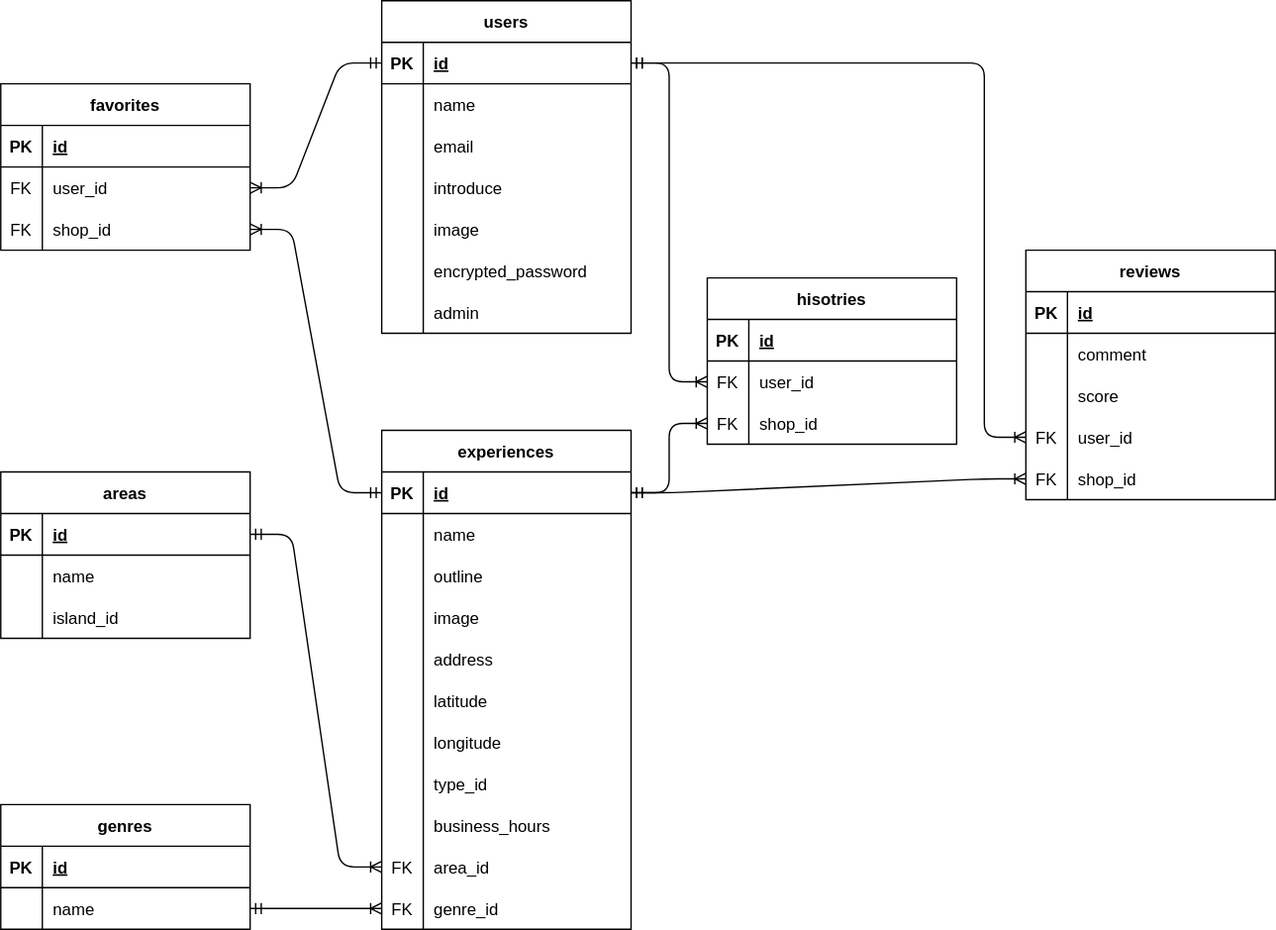
This is db/let's-enjoy-hawaii.drawio.svg from Yasunori-aloha/lets-enjoy-hawaii, a draw.io export, as it was before one commit. Source tidied: cells renumbered, new cells last; positions are measured from the earlier drawing's top-left corner, leaving out a move shared by most shapes.
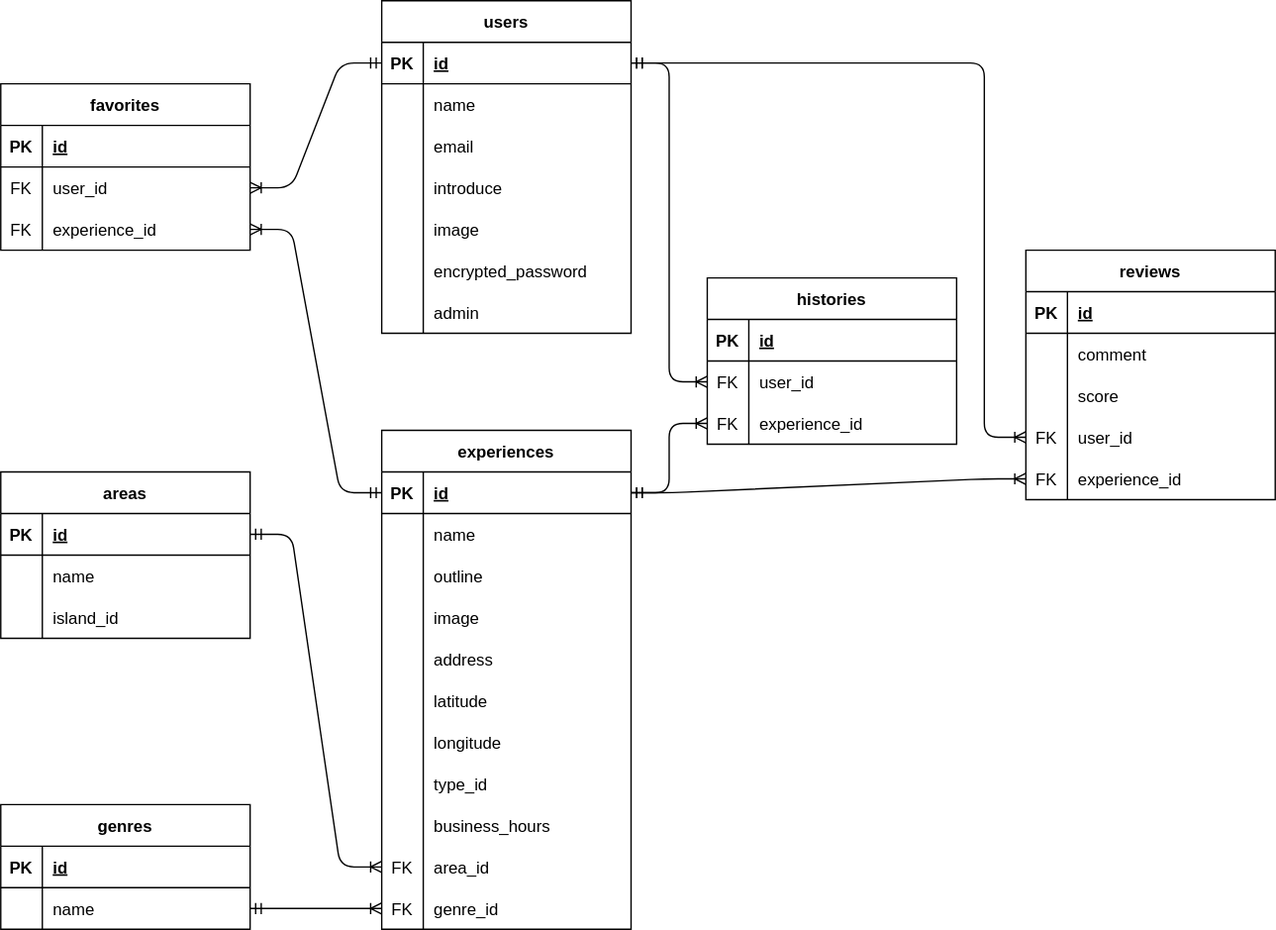
The same file after the commit.

What changed in the source:
```diff
@@ -125,7 +125,7 @@
     <mxCell id="42" value="FK" style="shape=partialRectangle;fillColor=none;top=0;left=0;bottom=0;right=0;fontStyle=0;overflow=hidden;" parent="41" vertex="1">
       <mxGeometry width="30" height="30" as="geometry" />
     </mxCell>
-    <mxCell id="43" value="shop_id" style="shape=partialRectangle;fillColor=none;top=0;left=0;bottom=0;right=0;align=left;spacingLeft=6;fontStyle=0;overflow=hidden;" parent="41" vertex="1">
+    <mxCell id="43" value="experience_id" style="shape=partialRectangle;fillColor=none;top=0;left=0;bottom=0;right=0;align=left;spacingLeft=6;fontStyle=0;overflow=hidden;" parent="41" vertex="1">
       <mxGeometry x="30" width="150" height="30" as="geometry" />
     </mxCell>
     <mxCell id="44" value="genres" style="shape=table;startSize=30;rowLines=0;fontStyle=1;align=center;" parent="1" vertex="1">
@@ -209,10 +209,10 @@
     <mxCell id="70" value="FK" style="shape=partialRectangle;fillColor=none;top=0;left=0;bottom=0;right=0;fontStyle=0;overflow=hidden;" parent="69" vertex="1">
       <mxGeometry width="30" height="30" as="geometry" />
     </mxCell>
-    <mxCell id="71" value="shop_id" style="shape=partialRectangle;fillColor=none;top=0;left=0;bottom=0;right=0;align=left;spacingLeft=6;fontStyle=0;overflow=hidden;" parent="69" vertex="1">
+    <mxCell id="71" value="experience_id" style="shape=partialRectangle;fillColor=none;top=0;left=0;bottom=0;right=0;align=left;spacingLeft=6;fontStyle=0;overflow=hidden;" parent="69" vertex="1">
       <mxGeometry x="30" width="150" height="30" as="geometry" />
     </mxCell>
-    <mxCell id="72" value="hisotries" style="shape=table;startSize=30;rowLines=0;fontStyle=1;align=center;" parent="1" vertex="1">
+    <mxCell id="72" value="histories" style="shape=table;startSize=30;rowLines=0;fontStyle=1;align=center;" parent="1" vertex="1">
       <mxGeometry x="510" y="200" width="180" height="120" as="geometry" />
     </mxCell>
     <mxCell id="73" style="shape=partialRectangle;fillColor=none;top=0;left=0;bottom=1;right=0;" parent="72" vertex="1">
@@ -239,7 +239,7 @@
     <mxCell id="80" value="FK" style="shape=partialRectangle;fillColor=none;top=0;left=0;bottom=0;right=0;fontStyle=0;overflow=hidden;" parent="79" vertex="1">
       <mxGeometry width="30" height="30" as="geometry" />
     </mxCell>
-    <mxCell id="81" value="shop_id" style="shape=partialRectangle;fillColor=none;top=0;left=0;bottom=0;right=0;align=left;spacingLeft=6;fontStyle=0;overflow=hidden;" parent="79" vertex="1">
+    <mxCell id="81" value="experience_id" style="shape=partialRectangle;fillColor=none;top=0;left=0;bottom=0;right=0;align=left;spacingLeft=6;fontStyle=0;overflow=hidden;" parent="79" vertex="1">
       <mxGeometry x="30" width="150" height="30" as="geometry" />
     </mxCell>
     <mxCell id="82" style="edgeStyle=entityRelationEdgeStyle;fontSize=12;html=1;endArrow=ERoneToMany;startArrow=ERmandOne;entryX=0;entryY=0.5;entryDx=0;entryDy=0;exitX=1;exitY=0.5;exitDx=0;exitDy=0;" parent="1" edge="1" source="86" target="69">
```
